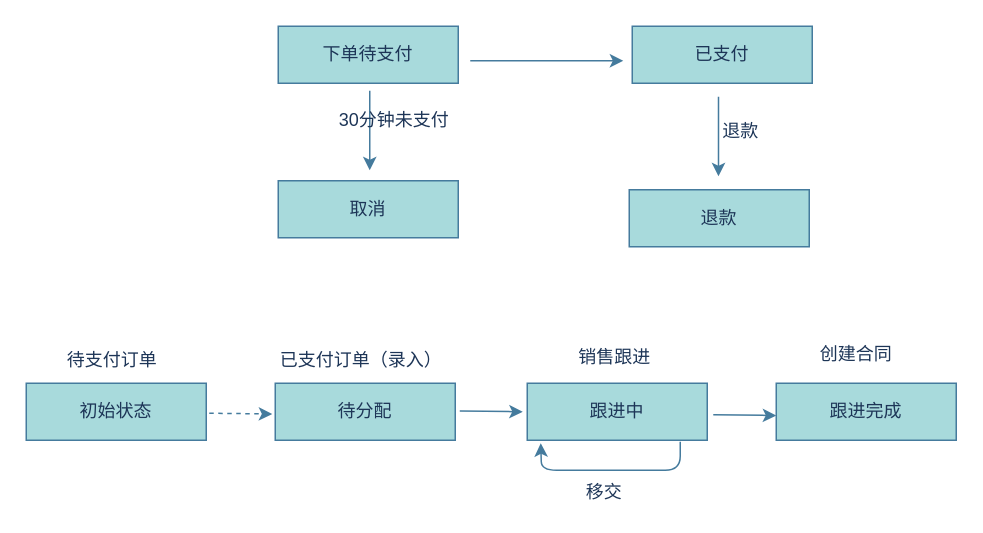
zhaoershuang/flow-chart keeps this draw.io diagram as 订单状态流转图.drawio. Above is the earlier version. Source tidied: cells renumbered, new cells numbered last; positions are measured from the earlier drawing's top-left corner, leaving out a move shared by most shapes. Both pictures are drawn from the tidied source at 150%, with x=0, y=0 at pixel (26, 26).
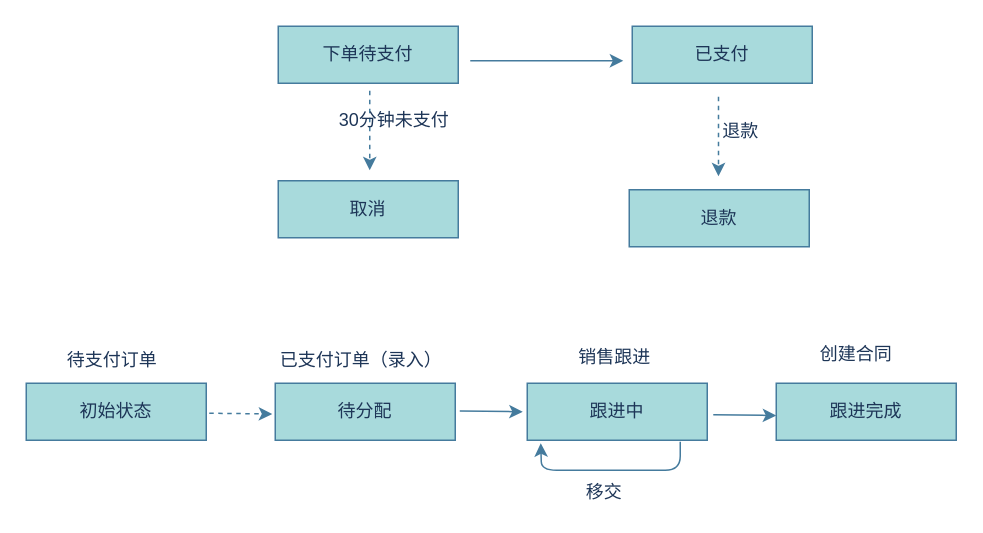
After the change.

Commit message:
更新订单状态流转图.drawio

Change to the diagram source:
```diff
@@
-    <mxCell id="7" style="endArrow=classic;html=1;strokeColor=#457B9D;fontColor=#1D3557;labelBackgroundColor=#F1FAEE;" parent="1" edge="1">
+    <mxCell id="7" style="endArrow=classic;html=1;strokeColor=#457B9D;fontColor=#1D3557;labelBackgroundColor=#F1FAEE;dashed=1;" parent="1" edge="1">
       <mxGeometry relative="1" as="geometry">
         <mxPoint x="229" y="43" as="sourcePoint" />
         <mxPoint x="229" y="96" as="targetPoint" />
       </mxGeometry>
     </mxCell>
-    <mxCell id="8" style="endArrow=classic;html=1;strokeColor=#457B9D;fontColor=#1D3557;labelBackgroundColor=#F1FAEE;" parent="1" edge="1">
+    <mxCell id="8" style="endArrow=classic;html=1;strokeColor=#457B9D;fontColor=#1D3557;labelBackgroundColor=#F1FAEE;dashed=1;" parent="1" edge="1">
       <mxGeometry relative="1" as="geometry">
         <mxPoint x="461.5" y="47" as="sourcePoint" />
         <mxPoint x="461.5" y="100" as="targetPoint" />
       </mxGeometry>
     </mxCell>
```
